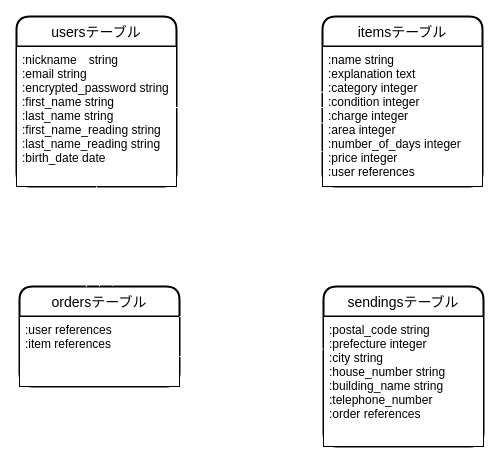
Before: furima.dio in takonushi/furima-37206, a draw.io diagram. Source tidied: cells renumbered, new cells numbered last; positions are measured from the earlier drawing's top-left corner, leaving out a move shared by most shapes. Both pictures are drawn from the tidied source at 100%, with x=0, y=0 at pixel (16, 16).
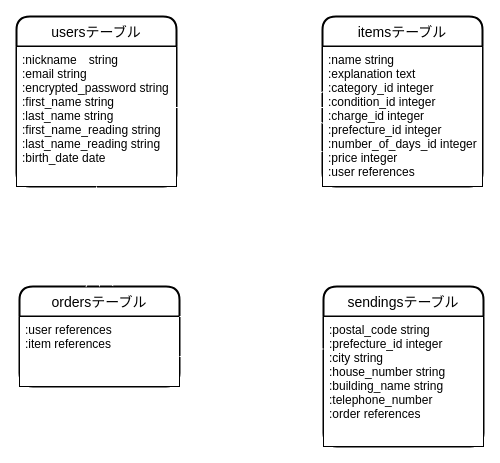
The same page after the edit.

The edit, as a diff of the source:
```diff
@@
 <mxGraphModel>
   <root>
     <mxCell id="0" />
     <mxCell id="1" parent="0" />
     <mxCell id="2" value="usersテーブル" style="swimlane;horizontal=1;startSize=30;rounded=1;fontSize=14;fontStyle=0;strokeWidth=2;shadow=0;dashed=0;align=center;" parent="1" vertex="1">
       <mxGeometry width="160" height="170" as="geometry" />
     </mxCell>
     <mxCell id="3" value=":nickname　string&#10;:email string&#10;:encrypted_password string&#10;:first_name string&#10;:last_name string&#10;:first_name_reading string&#10;:last_name_reading string&#10;:birth_date date" style="align=left;spacingLeft=4;fontSize=12;verticalAlign=top;" parent="2" vertex="1">
       <mxGeometry y="30" width="160" height="140" as="geometry" />
     </mxCell>
     <mxCell id="4" style="edgeStyle=orthogonalEdgeStyle;rounded=0;orthogonalLoop=1;jettySize=auto;html=1;exitX=0.5;exitY=1;exitDx=0;exitDy=0;" parent="2" edge="1" source="3" target="3">
       <mxGeometry relative="1" as="geometry" />
     </mxCell>
     <mxCell id="5" value="itemsテーブル" style="swimlane;horizontal=1;startSize=30;rounded=1;fontSize=14;fontStyle=0;strokeWidth=2;shadow=0;dashed=0;align=center;" parent="1" vertex="1">
       <mxGeometry x="306" width="160" height="170" as="geometry" />
     </mxCell>
-    <mxCell id="6" value=":name string&#10;:explanation text&#10;:category integer&#10;:condition integer&#10;:charge integer&#10;:area integer&#10;:number_of_days integer&#10;:price integer&#10;:user references" style="align=left;spacingLeft=4;fontSize=12;verticalAlign=top;" parent="5" vertex="1">
+    <mxCell id="6" value=":name string&#10;:explanation text&#10;:category_id integer&#10;:condition_id integer&#10;:charge_id integer&#10;:prefecture_id integer&#10;:number_of_days_id integer&#10;:price integer&#10;:user references" style="align=left;spacingLeft=4;fontSize=12;verticalAlign=top;" parent="5" vertex="1">
       <mxGeometry y="30" width="160" height="140" as="geometry" />
     </mxCell>
     <mxCell id="7" style="edgeStyle=orthogonalEdgeStyle;rounded=0;orthogonalLoop=1;jettySize=auto;html=1;exitX=0.5;exitY=1;exitDx=0;exitDy=0;" parent="5" edge="1" source="6" target="6">
       <mxGeometry relative="1" as="geometry" />
     </mxCell>
     <mxCell id="8" style="edgeStyle=entityRelationEdgeStyle;fontSize=12;html=1;endArrow=ERoneToMany;rounded=0;exitX=0.994;exitY=0.436;exitDx=0;exitDy=0;exitPerimeter=0;entryX=0.006;entryY=0.436;entryDx=0;entryDy=0;entryPerimeter=0;endSize=30;strokeColor=#FFFFFF;" parent="1" edge="1" source="3" target="6">
       <mxGeometry relative="1" as="geometry" />
     </mxCell>
     <mxCell id="9" value="ordersテーブル" style="swimlane;horizontal=1;startSize=30;rounded=1;fontSize=14;fontStyle=0;strokeWidth=2;shadow=0;dashed=0;align=center;" parent="1" vertex="1">
       <mxGeometry x="3" y="270" width="160" height="100" as="geometry" />
     </mxCell>
     <mxCell id="10" value=":user references&#10;:item references" style="align=left;spacingLeft=4;fontSize=12;verticalAlign=top;" parent="9" vertex="1">
       <mxGeometry y="30" width="160" height="70" as="geometry" />
     </mxCell>
     <mxCell id="11" style="edgeStyle=orthogonalEdgeStyle;rounded=0;orthogonalLoop=1;jettySize=auto;html=1;exitX=0.5;exitY=1;exitDx=0;exitDy=0;" parent="9" edge="1" source="10" target="10">
       <mxGeometry relative="1" as="geometry" />
     </mxCell>
     <mxCell id="12" value="sendingsテーブル" style="swimlane;horizontal=1;startSize=30;rounded=1;fontSize=14;fontStyle=0;strokeWidth=2;shadow=0;dashed=0;align=center;" parent="1" vertex="1">
       <mxGeometry x="307" y="270" width="160" height="160" as="geometry" />
     </mxCell>
-    <mxCell id="13" value=":postal_code string&#10;:prefecture integer&#10;:city string&#10;:house_number string&#10;:building_name string&#10;:telephone_number&#10;:order references" style="align=left;spacingLeft=4;fontSize=12;verticalAlign=top;" parent="12" vertex="1">
+    <mxCell id="13" value=":postal_code string&#10;:prefecture_id integer&#10;:city string&#10;:house_number string&#10;:building_name string&#10;:telephone_number&#10;:order references" style="align=left;spacingLeft=4;fontSize=12;verticalAlign=top;" parent="12" vertex="1">
       <mxGeometry y="30" width="160" height="130" as="geometry" />
     </mxCell>
     <mxCell id="14" style="edgeStyle=orthogonalEdgeStyle;rounded=0;orthogonalLoop=1;jettySize=auto;html=1;exitX=0.5;exitY=1;exitDx=0;exitDy=0;" parent="12" edge="1" source="13" target="13">
       <mxGeometry relative="1" as="geometry" />
     </mxCell>
     <mxCell id="15" style="edgeStyle=entityRelationEdgeStyle;fontSize=12;html=1;endArrow=ERmandOne;startArrow=ERmandOne;exitX=1;exitY=0;exitDx=0;exitDy=0;endSize=25;startSize=25;entryX=0;entryY=0.75;entryDx=0;entryDy=0;strokeColor=#FFFFFF;" parent="1" edge="1" source="10" target="6">
       <mxGeometry relative="1" as="geometry" />
     </mxCell>
     <mxCell id="16" style="edgeStyle=entityRelationEdgeStyle;fontSize=12;html=1;endArrow=ERmandOne;startArrow=ERmandOne;startSize=25;endSize=25;entryX=0;entryY=0.25;entryDx=0;entryDy=0;strokeColor=#FFFFFF;" parent="1" edge="1" target="13">
       <mxGeometry relative="1" as="geometry">
         <mxPoint x="163" y="340" as="sourcePoint" />
       </mxGeometry>
     </mxCell>
     <mxCell id="17" style="edgeStyle=none;html=1;exitX=0.5;exitY=1;exitDx=0;exitDy=0;entryX=0.5;entryY=0;entryDx=0;entryDy=0;startSize=25;endSize=25;endArrow=ERoneToMany;endFill=0;strokeColor=#FFFFFF;" parent="1" edge="1" source="3" target="9">
       <mxGeometry relative="1" as="geometry" />
     </mxCell>
   </root>
 </mxGraphModel>
```
